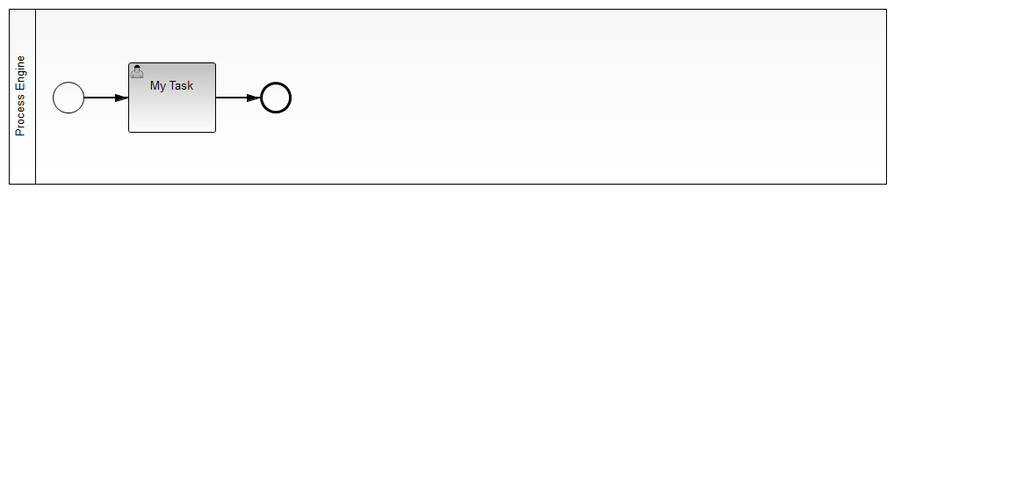
The BPMN diagram bpm/purchase/request/steel/src/main/resources/process.png in altamira/altamira-data-backward, before a commit. Its source is kept beside it as bpm/purchase/request/steel/src/main/resources/process.bpmn. Ids are renumbered.
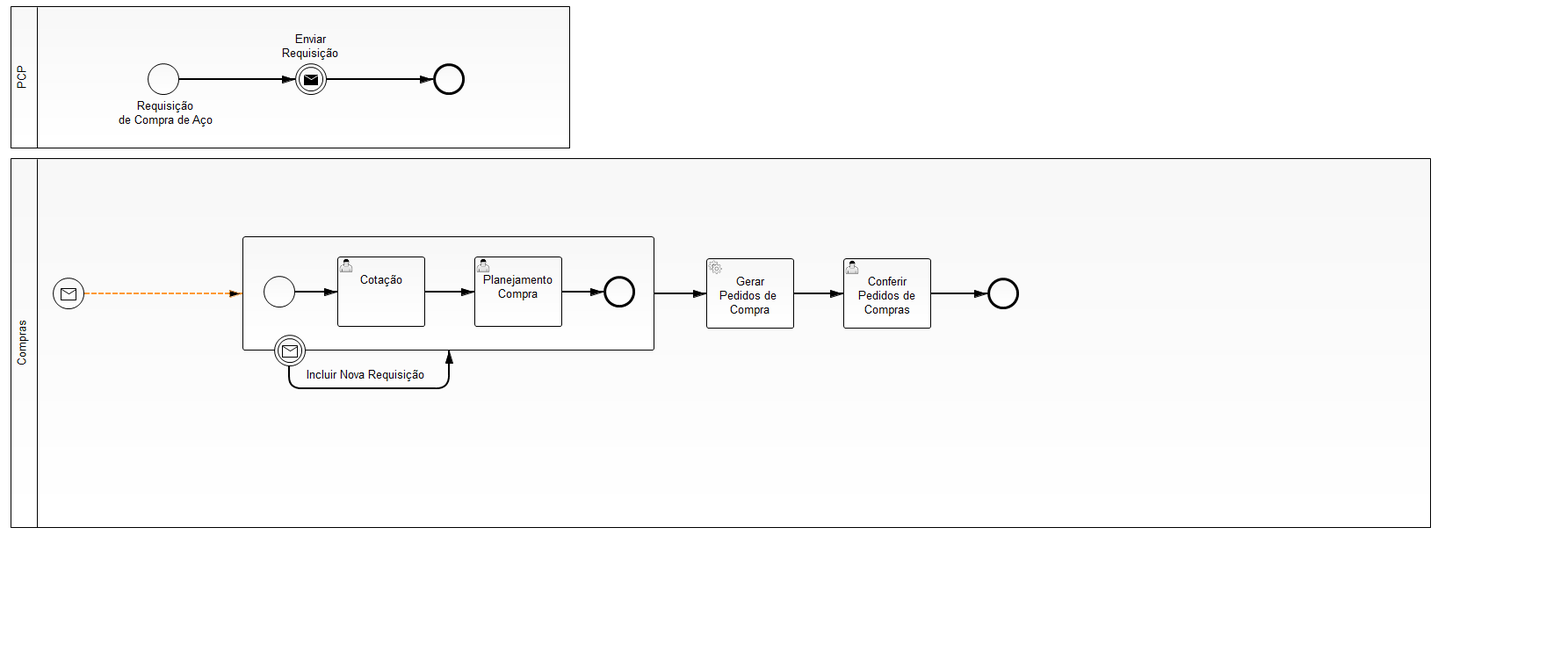
The same diagram one commit later.

Commit message:
feature: message correlation on purchase request steel process

Diff of the diagram source:
```diff
@@ -1,48 +1,226 @@
 <bpmn2:definitions xmlns:xsi="http://www.w3.org/2001/XMLSchema-instance" xmlns:bpmn2="http://www.omg.org/spec/BPMN/20100524/MODEL" xmlns:bpmndi="http://www.omg.org/spec/BPMN/20100524/DI" xmlns:camunda="http://activiti.org/bpmn" xmlns:dc="http://www.omg.org/spec/DD/20100524/DC" xmlns:di="http://www.omg.org/spec/DD/20100524/DI" xsi:schemaLocation="http://www.omg.org/spec/BPMN/20100524/MODEL BPMN20.xsd" id="Definitions_1" exporter="camunda modeler" exporterVersion="2.6.0" targetNamespace="http://www.example.org/bpmn">
-  <bpmn2:collaboration id="Collaboration_1" name="Default Collaboration">
-    <bpmn2:participant id="Process_Engine" name="Process Engine" processRef="steel"/>
+  <bpmn2:collaboration id="Collaboration" name="Default Collaboration">
+    <bpmn2:participant id="MRP" name="PCP" processRef="br.com.altamira.bpm.purchase.request.steel"/>
+    <bpmn2:participant id="Purchasing" name="Compras" processRef="br.com.altamira.bpm.purchase.request.order"/>
   </bpmn2:collaboration>
-  <bpmn2:process id="steel" name="steel" isExecutable="true">
-    <bpmn2:startEvent id="StartEvent_1">
-      <bpmn2:outgoing>SequenceFlow_2</bpmn2:outgoing>
+  <bpmn2:process id="br.com.altamira.bpm.purchase.request.steel" name="Requisição de Compra de Aço" isExecutable="true">
+    <bpmn2:startEvent id="RequestStartEvent" name="Requisição&#xD;&#xA;de Compra de Aço">
+      <bpmn2:extensionElements>
+        <camunda:formData>
+          <camunda:formField id="REQUEST_ID" label="Requisicao" type="string"/>
+        </camunda:formData>
+      </bpmn2:extensionElements>
+      <bpmn2:outgoing>SequenceFlow_1</bpmn2:outgoing>
     </bpmn2:startEvent>
-    <bpmn2:userTask id="ServiceTask_1" camunda:assignee="demo" name="My Task">
+    <bpmn2:intermediateThrowEvent id="SendRequestIntermediateThrowEvent" name="Enviar&#xD;&#xA;Requisição">
+      <bpmn2:incoming>SequenceFlow_1</bpmn2:incoming>
+      <bpmn2:outgoing>SequenceFlow_16</bpmn2:outgoing>
+      <bpmn2:messageEventDefinition id="_MessageEventDefinition_2" camunda:delegateExpression="#{SendRequest}"/>
+    </bpmn2:intermediateThrowEvent>
+    <bpmn2:endEvent id="RequestMessageEndEvent">
+      <bpmn2:incoming>SequenceFlow_16</bpmn2:incoming>
+    </bpmn2:endEvent>
+    <bpmn2:sequenceFlow id="SequenceFlow_16" name="" sourceRef="SendRequestIntermediateThrowEvent" targetRef="RequestMessageEndEvent"/>
+    <bpmn2:sequenceFlow id="SequenceFlow_1" name="" sourceRef="RequestStartEvent" targetRef="SendRequestIntermediateThrowEvent"/>
+  </bpmn2:process>
+  <bpmn2:process id="br.com.altamira.bpm.purchase.request.order" name="Compra de Materia Prima - Aço" isExecutable="true">
+    <bpmn2:startEvent id="PurchaseStartEvent">
+      <bpmn2:outgoing>SequenceFlow_10</bpmn2:outgoing>
+      <bpmn2:messageEventDefinition id="_MessageEventDefinition_3" messageRef="Message_1"/>
+    </bpmn2:startEvent>
+    <bpmn2:serviceTask id="GeneratePurchaseOrdersServiceTask" camunda:delegateExpression="#{Logger}" name="Gerar&#xD;&#xA;Pedidos de &#xD;&#xA;Compra">
+      <bpmn2:incoming>SequenceFlow_6</bpmn2:incoming>
+      <bpmn2:outgoing>SequenceFlow_22</bpmn2:outgoing>
+    </bpmn2:serviceTask>
+    <bpmn2:userTask id="CheckOutPurchaseOrdersUserTask" camunda:assignee="demo" name="Conferir&#xD;&#xA;Pedidos de&#xD;&#xA;Compras">
+      <bpmn2:incoming>SequenceFlow_22</bpmn2:incoming>
+      <bpmn2:outgoing>SequenceFlow_23</bpmn2:outgoing>
+    </bpmn2:userTask>
+    <bpmn2:sequenceFlow id="SequenceFlow_22" name="" sourceRef="GeneratePurchaseOrdersServiceTask" targetRef="CheckOutPurchaseOrdersUserTask"/>
+    <bpmn2:endEvent id="EndEvent_5">
+      <bpmn2:incoming>SequenceFlow_23</bpmn2:incoming>
+    </bpmn2:endEvent>
+    <bpmn2:sequenceFlow id="SequenceFlow_23" name="" sourceRef="CheckOutPurchaseOrdersUserTask" targetRef="EndEvent_5"/>
+    <bpmn2:subProcess id="SubProcess_1">
       <bpmn2:extensionElements>
-        <camunda:taskListener class="br.com.altamira.bpm.purchase.request.steel.NotifyTaskAssignedListener" event="assignment"/>
+        <camunda:executionListener delegateExpression="#{MergeRequest}" event="start"/>
       </bpmn2:extensionElements>
-      <bpmn2:incoming>SequenceFlow_2</bpmn2:incoming>
-      <bpmn2:outgoing>SequenceFlow_3</bpmn2:outgoing>
-    </bpmn2:userTask>
-    <bpmn2:sequenceFlow id="SequenceFlow_2" name="" sourceRef="StartEvent_1" targetRef="ServiceTask_1"/>
-    <bpmn2:endEvent id="EndEvent_2">
-      <bpmn2:incoming>SequenceFlow_3</bpmn2:incoming>
-    </bpmn2:endEvent>
-    <bpmn2:sequenceFlow id="SequenceFlow_3" name="" sourceRef="ServiceTask_1" targetRef="EndEvent_2"/>
+      <bpmn2:incoming>SequenceFlow_7</bpmn2:incoming>
+      <bpmn2:incoming>SequenceFlow_10</bpmn2:incoming>
+      <bpmn2:outgoing>SequenceFlow_6</bpmn2:outgoing>
+      <bpmn2:startEvent id="StartEvent_1">
+        <bpmn2:outgoing>SequenceFlow_3</bpmn2:outgoing>
+      </bpmn2:startEvent>
+      <bpmn2:sequenceFlow id="SequenceFlow_3" name="" sourceRef="StartEvent_1" targetRef="QuotationUserTask"/>
+      <bpmn2:userTask id="QuotationUserTask" camunda:assignee="demo" name="Cotação">
+        <bpmn2:incoming>SequenceFlow_3</bpmn2:incoming>
+        <bpmn2:outgoing>SequenceFlow_11</bpmn2:outgoing>
+      </bpmn2:userTask>
+      <bpmn2:sequenceFlow id="SequenceFlow_11" name="" sourceRef="QuotationUserTask" targetRef="PurchasePlanningUserTask"/>
+      <bpmn2:userTask id="PurchasePlanningUserTask" camunda:assignee="demo" name="Planejamento&#xD;&#xA;Compra">
+        <bpmn2:extensionElements>
+          <camunda:formData>
+            <camunda:formField id="approved" label="Aprovar" type="boolean" defaultValue="false"/>
+          </camunda:formData>
+        </bpmn2:extensionElements>
+        <bpmn2:incoming>SequenceFlow_11</bpmn2:incoming>
+        <bpmn2:outgoing>SequenceFlow_4</bpmn2:outgoing>
+      </bpmn2:userTask>
+      <bpmn2:sequenceFlow id="SequenceFlow_4" name="" sourceRef="PurchasePlanningUserTask" targetRef="EndEvent_1"/>
+      <bpmn2:endEvent id="EndEvent_1">
+        <bpmn2:incoming>SequenceFlow_4</bpmn2:incoming>
+      </bpmn2:endEvent>
+    </bpmn2:subProcess>
+    <bpmn2:sequenceFlow id="SequenceFlow_6" name="" sourceRef="SubProcess_1" targetRef="GeneratePurchaseOrdersServiceTask"/>
+    <bpmn2:boundaryEvent id="IncludeRequestBoundaryEvent" name="Incluir Nova Requisição" attachedToRef="SubProcess_1">
+      <bpmn2:outgoing>SequenceFlow_7</bpmn2:outgoing>
+      <bpmn2:messageEventDefinition id="_MessageEventDefinition_4" messageRef="Message_2"/>
+    </bpmn2:boundaryEvent>
+    <bpmn2:sequenceFlow id="SequenceFlow_7" name="" sourceRef="IncludeRequestBoundaryEvent" targetRef="SubProcess_1"/>
+    <bpmn2:sequenceFlow id="SequenceFlow_10" name="" sourceRef="PurchaseStartEvent" targetRef="SubProcess_1"/>
   </bpmn2:process>
+  <bpmn2:signal id="Signal_1" name="NewRequestSignal"/>
+  <bpmn2:message id="Message_1" name="REQUEST_CREATED_MESSAGE"/>
+  <bpmn2:message id="Message_2" name="REQUEST_INCLUDE_MESSAGE"/>
   <bpmndi:BPMNDiagram id="BPMNDiagram_1" name="Default Collaboration Diagram">
-    <bpmndi:BPMNPlane id="BPMNPlane_1" bpmnElement="Collaboration_1">
-      <bpmndi:BPMNShape id="BPMNShape_1" bpmnElement="Process_Engine" isHorizontal="true">
-        <dc:Bounds height="200.0" width="1000.0" x="10.0" y="10.0"/>
+    <bpmndi:BPMNPlane id="BPMNPlane_1" bpmnElement="Collaboration">
+      <bpmndi:BPMNShape id="BPMNShape_1" bpmnElement="MRP" isHorizontal="true">
+        <dc:Bounds height="162.0" width="637.0" x="12.0" y="7.0"/>
       </bpmndi:BPMNShape>
-      <bpmndi:BPMNShape id="BPMNShape_StartEvent_1" bpmnElement="StartEvent_1">
-        <dc:Bounds height="36.0" width="36.0" x="60.0" y="93.0"/>
+      <bpmndi:BPMNShape id="BPMNShape_StartEvent_1" bpmnElement="RequestStartEvent">
+        <dc:Bounds height="36.0" width="36.0" x="168.0" y="72.0"/>
         <bpmndi:BPMNLabel>
-          <dc:Bounds height="6.0" width="6.0" x="78.0" y="131.0"/>
+          <dc:Bounds height="38.0" width="114.0" x="132.0" y="110.0"/>
         </bpmndi:BPMNLabel>
       </bpmndi:BPMNShape>
-      <bpmndi:BPMNShape id="_BPMNShape_ServiceTask_2" bpmnElement="ServiceTask_1">
-        <dc:Bounds height="80.0" width="100.0" x="146.0" y="71.0"/>
+      <bpmndi:BPMNShape id="_BPMNShape_IntermediateThrowEvent_3" bpmnElement="SendRequestIntermediateThrowEvent">
+        <dc:Bounds height="36.0" width="36.0" x="336.0" y="72.0"/>
+        <bpmndi:BPMNLabel>
+          <dc:Bounds height="38.0" width="70.0" x="319.0" y="34.0"/>
+        </bpmndi:BPMNLabel>
       </bpmndi:BPMNShape>
-      <bpmndi:BPMNEdge id="BPMNEdge_SequenceFlow_2" bpmnElement="SequenceFlow_2" sourceElement="BPMNShape_StartEvent_1" targetElement="_BPMNShape_ServiceTask_2">
-        <di:waypoint xsi:type="dc:Point" x="96.0" y="111.0"/>
-        <di:waypoint xsi:type="dc:Point" x="146.0" y="111.0"/>
+      <bpmndi:BPMNShape id="_BPMNShape_Participant_2" bpmnElement="Purchasing" isHorizontal="true">
+        <dc:Bounds height="421.0" width="1617.0" x="12.0" y="180.0"/>
+      </bpmndi:BPMNShape>
+      <bpmndi:BPMNShape id="_BPMNShape_StartEvent_3" bpmnElement="PurchaseStartEvent">
+        <dc:Bounds height="36.0" width="36.0" x="60.0" y="316.0"/>
+        <bpmndi:BPMNLabel>
+          <dc:Bounds height="0.0" width="0.0" x="78.0" y="357.0"/>
+        </bpmndi:BPMNLabel>
+      </bpmndi:BPMNShape>
+      <bpmndi:BPMNShape id="_BPMNShape_UserTask_3" bpmnElement="QuotationUserTask">
+        <dc:Bounds height="80.0" width="100.0" x="384.0" y="292.0"/>
+      </bpmndi:BPMNShape>
+      <bpmndi:BPMNShape id="_BPMNShape_UserTask_4" bpmnElement="PurchasePlanningUserTask">
+        <dc:Bounds height="80.0" width="100.0" x="540.0" y="292.0"/>
+      </bpmndi:BPMNShape>
+      <bpmndi:BPMNEdge id="BPMNEdge_SequenceFlow_11" bpmnElement="SequenceFlow_11" sourceElement="_BPMNShape_UserTask_3" targetElement="_BPMNShape_UserTask_4">
+        <di:waypoint xsi:type="dc:Point" x="484.0" y="332.0"/>
+        <di:waypoint xsi:type="dc:Point" x="540.0" y="332.0"/>
+        <bpmndi:BPMNLabel>
+          <dc:Bounds height="6.0" width="6.0" x="506.0" y="332.0"/>
+        </bpmndi:BPMNLabel>
       </bpmndi:BPMNEdge>
-      <bpmndi:BPMNShape id="_BPMNShape_EndEvent_2" bpmnElement="EndEvent_2">
-        <dc:Bounds height="36.0" width="36.0" x="296.0" y="93.0"/>
+      <bpmndi:BPMNShape id="_BPMNShape_EndEvent_13" bpmnElement="RequestMessageEndEvent">
+        <dc:Bounds height="36.0" width="36.0" x="493.0" y="72.0"/>
+        <bpmndi:BPMNLabel>
+          <dc:Bounds height="0.0" width="0.0" x="511.0" y="113.0"/>
+        </bpmndi:BPMNLabel>
       </bpmndi:BPMNShape>
-      <bpmndi:BPMNEdge id="BPMNEdge_SequenceFlow_3" bpmnElement="SequenceFlow_3" sourceElement="_BPMNShape_ServiceTask_2" targetElement="_BPMNShape_EndEvent_2">
-        <di:waypoint xsi:type="dc:Point" x="246.0" y="111.0"/>
-        <di:waypoint xsi:type="dc:Point" x="296.0" y="111.0"/>
+      <bpmndi:BPMNEdge id="BPMNEdge_SequenceFlow_16" bpmnElement="SequenceFlow_16" sourceElement="_BPMNShape_IntermediateThrowEvent_3" targetElement="_BPMNShape_EndEvent_13">
+        <di:waypoint xsi:type="dc:Point" x="372.0" y="90.0"/>
+        <di:waypoint xsi:type="dc:Point" x="493.0" y="90.0"/>
+        <bpmndi:BPMNLabel>
+          <dc:Bounds height="6.0" width="6.0" x="394.0" y="90.0"/>
+        </bpmndi:BPMNLabel>
+      </bpmndi:BPMNEdge>
+      <bpmndi:BPMNShape id="_BPMNShape_ServiceTask_3" bpmnElement="GeneratePurchaseOrdersServiceTask">
+        <dc:Bounds height="80.0" width="100.0" x="804.0" y="294.0"/>
+      </bpmndi:BPMNShape>
+      <bpmndi:BPMNShape id="_BPMNShape_UserTask_5" bpmnElement="CheckOutPurchaseOrdersUserTask">
+        <dc:Bounds height="80.0" width="100.0" x="960.0" y="294.0"/>
+      </bpmndi:BPMNShape>
+      <bpmndi:BPMNEdge id="BPMNEdge_SequenceFlow_22" bpmnElement="SequenceFlow_22" sourceElement="_BPMNShape_ServiceTask_3" targetElement="_BPMNShape_UserTask_5">
+        <di:waypoint xsi:type="dc:Point" x="904.0" y="334.0"/>
+        <di:waypoint xsi:type="dc:Point" x="960.0" y="334.0"/>
+        <bpmndi:BPMNLabel>
+          <dc:Bounds height="6.0" width="6.0" x="926.0" y="334.0"/>
+        </bpmndi:BPMNLabel>
+      </bpmndi:BPMNEdge>
+      <bpmndi:BPMNShape id="_BPMNShape_EndEvent_14" bpmnElement="EndEvent_5">
+        <dc:Bounds height="36.0" width="36.0" x="1124.0" y="316.0"/>
+        <bpmndi:BPMNLabel>
+          <dc:Bounds height="0.0" width="0.0" x="1142.0" y="357.0"/>
+        </bpmndi:BPMNLabel>
+      </bpmndi:BPMNShape>
+      <bpmndi:BPMNEdge id="BPMNEdge_SequenceFlow_23" bpmnElement="SequenceFlow_23" sourceElement="_BPMNShape_UserTask_5" targetElement="_BPMNShape_EndEvent_14">
+        <di:waypoint xsi:type="dc:Point" x="1060.0" y="334.0"/>
+        <di:waypoint xsi:type="dc:Point" x="1124.0" y="334.0"/>
+        <bpmndi:BPMNLabel>
+          <dc:Bounds height="6.0" width="6.0" x="1082.0" y="334.0"/>
+        </bpmndi:BPMNLabel>
+      </bpmndi:BPMNEdge>
+      <bpmndi:BPMNEdge id="BPMNEdge_SequenceFlow_1" bpmnElement="SequenceFlow_1" sourceElement="BPMNShape_StartEvent_1" targetElement="_BPMNShape_IntermediateThrowEvent_3">
+        <di:waypoint xsi:type="dc:Point" x="204.0" y="90.0"/>
+        <di:waypoint xsi:type="dc:Point" x="336.0" y="90.0"/>
+        <bpmndi:BPMNLabel>
+          <dc:Bounds height="6.0" width="6.0" x="291.0" y="90.0"/>
+        </bpmndi:BPMNLabel>
+      </bpmndi:BPMNEdge>
+      <bpmndi:BPMNShape id="_BPMNShape_SubProcess_2" bpmnElement="SubProcess_1" isExpanded="true">
+        <dc:Bounds height="130.0" width="469.0" x="276.0" y="269.0"/>
+      </bpmndi:BPMNShape>
+      <bpmndi:BPMNShape id="_BPMNShape_StartEvent_11" bpmnElement="StartEvent_1">
+        <dc:Bounds height="36.0" width="36.0" x="300.0" y="314.0"/>
+        <bpmndi:BPMNLabel>
+          <dc:Bounds height="0.0" width="0.0" x="318.0" y="355.0"/>
+        </bpmndi:BPMNLabel>
+      </bpmndi:BPMNShape>
+      <bpmndi:BPMNEdge id="BPMNEdge_SequenceFlow_3" bpmnElement="SequenceFlow_3" sourceElement="_BPMNShape_StartEvent_11" targetElement="_BPMNShape_UserTask_3">
+        <di:waypoint xsi:type="dc:Point" x="336.0" y="332.0"/>
+        <di:waypoint xsi:type="dc:Point" x="384.0" y="332.0"/>
+        <bpmndi:BPMNLabel>
+          <dc:Bounds height="6.0" width="6.0" x="364.0" y="332.0"/>
+        </bpmndi:BPMNLabel>
+      </bpmndi:BPMNEdge>
+      <bpmndi:BPMNShape id="_BPMNShape_EndEvent_15" bpmnElement="EndEvent_1">
+        <dc:Bounds height="36.0" width="36.0" x="687.0" y="314.0"/>
+        <bpmndi:BPMNLabel>
+          <dc:Bounds height="0.0" width="0.0" x="705.0" y="355.0"/>
+        </bpmndi:BPMNLabel>
+      </bpmndi:BPMNShape>
+      <bpmndi:BPMNEdge id="BPMNEdge_SequenceFlow_4" bpmnElement="SequenceFlow_4" sourceElement="_BPMNShape_UserTask_4" targetElement="_BPMNShape_EndEvent_15">
+        <di:waypoint xsi:type="dc:Point" x="640.0" y="332.0"/>
+        <di:waypoint xsi:type="dc:Point" x="687.0" y="332.0"/>
+        <bpmndi:BPMNLabel>
+          <dc:Bounds height="6.0" width="6.0" x="655.0" y="332.0"/>
+        </bpmndi:BPMNLabel>
+      </bpmndi:BPMNEdge>
+      <bpmndi:BPMNEdge id="BPMNEdge_SequenceFlow_6" bpmnElement="SequenceFlow_6" sourceElement="_BPMNShape_SubProcess_2" targetElement="_BPMNShape_ServiceTask_3">
+        <di:waypoint xsi:type="dc:Point" x="744.0" y="334.0"/>
+        <di:waypoint xsi:type="dc:Point" x="804.0" y="334.0"/>
+        <bpmndi:BPMNLabel>
+          <dc:Bounds height="6.0" width="6.0" x="795.0" y="334.0"/>
+        </bpmndi:BPMNLabel>
+      </bpmndi:BPMNEdge>
+      <bpmndi:BPMNShape id="_BPMNShape_BoundaryEvent_11" bpmnElement="IncludeRequestBoundaryEvent">
+        <dc:Bounds height="36.0" width="36.0" x="312.0" y="381.0"/>
+        <bpmndi:BPMNLabel>
+          <dc:Bounds height="22.0" width="140.0" x="347.0" y="416.0"/>
+        </bpmndi:BPMNLabel>
+      </bpmndi:BPMNShape>
+      <bpmndi:BPMNEdge id="BPMNEdge_SequenceFlow_7" bpmnElement="SequenceFlow_7" sourceElement="_BPMNShape_BoundaryEvent_11" targetElement="_BPMNShape_SubProcess_2">
+        <di:waypoint xsi:type="dc:Point" x="330.0" y="417.0"/>
+        <di:waypoint xsi:type="dc:Point" x="329.0" y="442.0"/>
+        <di:waypoint xsi:type="dc:Point" x="511.0" y="442.0"/>
+        <di:waypoint xsi:type="dc:Point" x="511.0" y="399.0"/>
+        <bpmndi:BPMNLabel>
+          <dc:Bounds height="6.0" width="6.0" x="327.0" y="426.0"/>
+        </bpmndi:BPMNLabel>
+      </bpmndi:BPMNEdge>
+      <bpmndi:BPMNEdge id="BPMNEdge_SequenceFlow_10" bpmnElement="SequenceFlow_10" sourceElement="_BPMNShape_StartEvent_3" targetElement="_BPMNShape_SubProcess_2">
+        <di:waypoint xsi:type="dc:Point" x="96.0" y="334.0"/>
+        <di:waypoint xsi:type="dc:Point" x="276.0" y="334.0"/>
       </bpmndi:BPMNEdge>
     </bpmndi:BPMNPlane>
   </bpmndi:BPMNDiagram>
```
